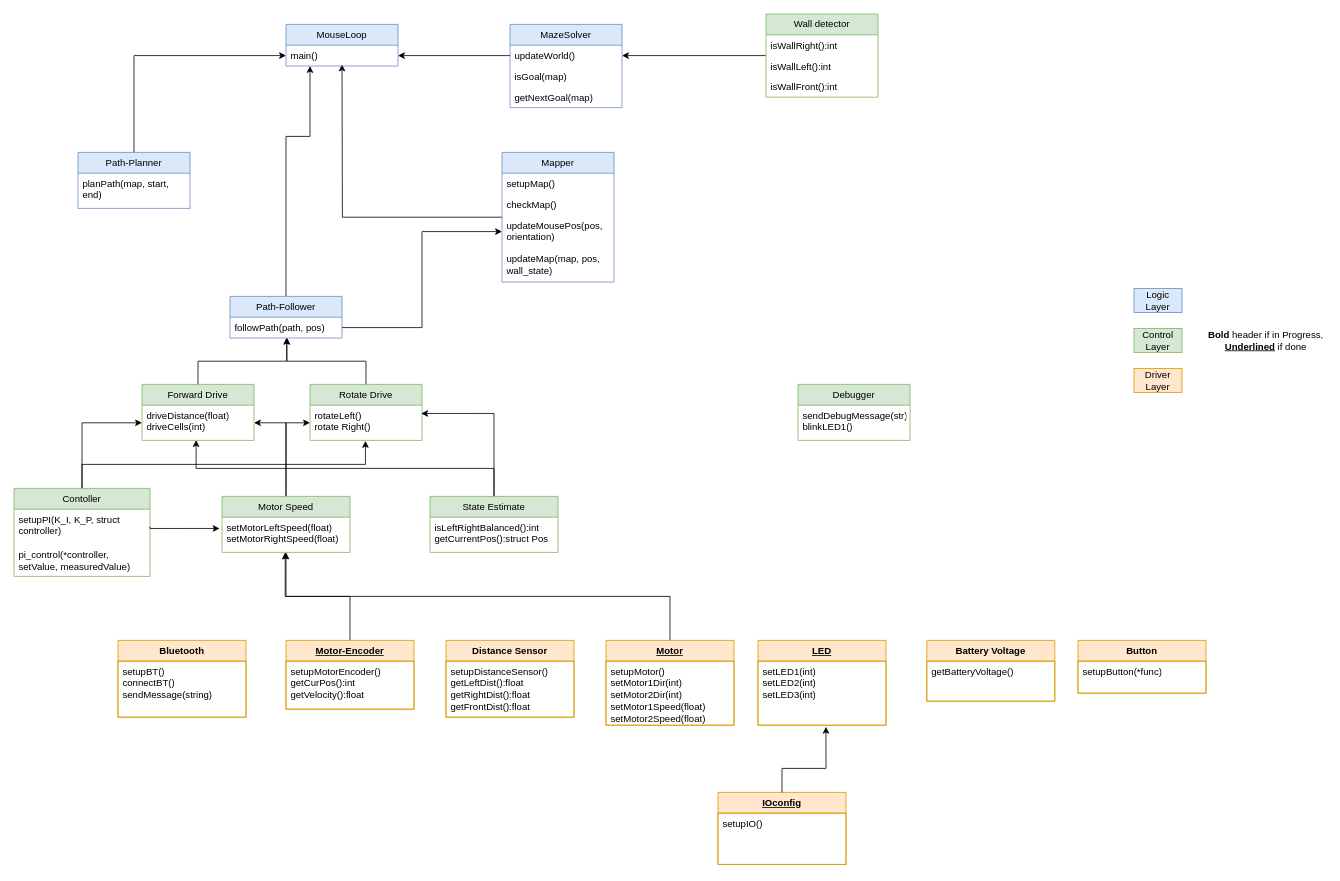
Before: draft/class_diagram.drawio in AminSeffo/Micromouse, a draw.io diagram. Source tidied: cells renumbered, new cells numbered last; positions are measured from the earlier drawing's top-left corner, leaving out a move shared by most shapes. Both pictures are drawn from the tidied source at 80%, with x=0, y=0 at pixel (14, 14).
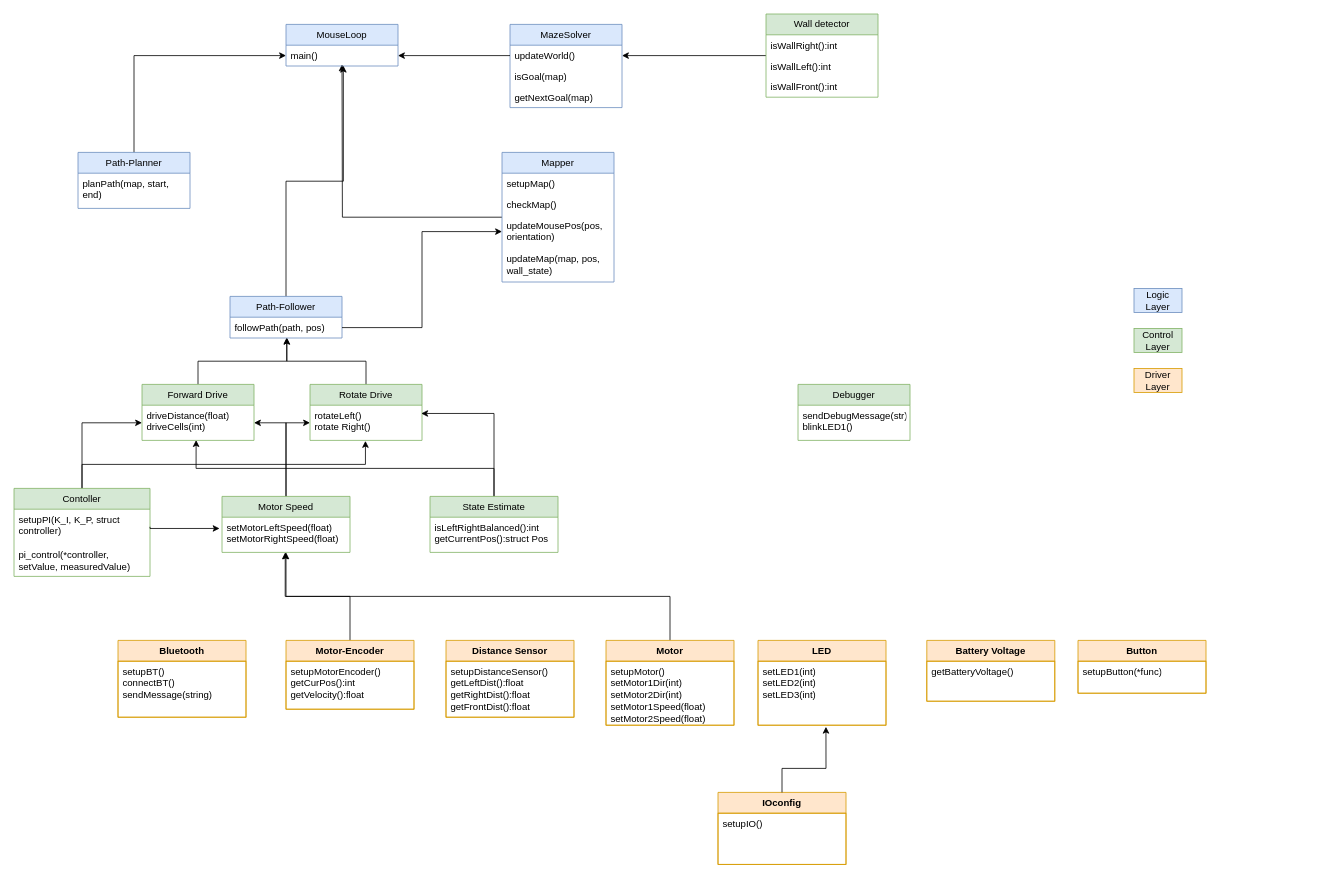
After the change.

Unchanged cells that the change refers to:
```xml
<mxCell id="52" value="main()" style="text;strokeColor=none;fillColor=none;align=left;verticalAlign=top;spacingLeft=4;spacingRight=4;overflow=hidden;points=[[0,0.5],[1,0.5]];portConstraint=eastwest;whiteSpace=wrap;html=1;" parent="51" vertex="1">
  <mxGeometry y="26" width="140" height="26" as="geometry" />
</mxCell>
<mxCell id="57" value="Path-Follower" style="swimlane;fontStyle=0;horizontal=1;startSize=26;fillColor=#dae8fc;whiteSpace=wrap;html=1;strokeColor=#6c8ebf;" parent="1" vertex="1">
  <mxGeometry x="270" y="353" width="140" height="52" as="geometry" />
</mxCell>
```

Diff of the diagram source:
```diff
@@
-    <mxCell id="5" value="Motor-Encoder" style="swimlane;fontStyle=5;align=center;verticalAlign=top;horizontal=1;startSize=26;whiteSpace=wrap;html=1;fillColor=#ffe6cc;strokeColor=#d79b00;" parent="1" vertex="1">
+    <mxCell id="5" value="Motor-Encoder" style="swimlane;fontStyle=1;align=center;verticalAlign=top;horizontal=1;startSize=26;whiteSpace=wrap;html=1;fillColor=#ffe6cc;strokeColor=#d79b00;" parent="1" vertex="1">
       <mxGeometry x="340" y="783" width="160" height="86" as="geometry" />
     </mxCell>
@@
-    <mxCell id="10" value="Motor" style="swimlane;fontStyle=5;align=center;verticalAlign=top;horizontal=1;startSize=26;whiteSpace=wrap;html=1;fillColor=#ffe6cc;strokeColor=#d79b00;" parent="1" vertex="1">
+    <mxCell id="10" value="Motor" style="swimlane;fontStyle=1;align=center;verticalAlign=top;horizontal=1;startSize=26;whiteSpace=wrap;html=1;fillColor=#ffe6cc;strokeColor=#d79b00;" parent="1" vertex="1">
       <mxGeometry x="740" y="783" width="160" height="106" as="geometry" />
     </mxCell>
@@
-    <mxCell id="12" value="LED" style="swimlane;fontStyle=5;align=center;verticalAlign=top;horizontal=1;startSize=26;whiteSpace=wrap;html=1;fillColor=#ffe6cc;strokeColor=#d79b00;" parent="1" vertex="1">
+    <mxCell id="12" value="LED" style="swimlane;fontStyle=1;align=center;verticalAlign=top;horizontal=1;startSize=26;whiteSpace=wrap;html=1;fillColor=#ffe6cc;strokeColor=#d79b00;" parent="1" vertex="1">
       <mxGeometry x="930" y="783" width="160" height="106" as="geometry" />
     </mxCell>
@@
-    <mxCell id="56" style="edgeStyle=orthogonalEdgeStyle;rounded=0;jettySize=auto;html=1;" parent="1" edge="1" source="57">
-      <mxGeometry relative="1" as="geometry">
-        <mxPoint x="370" y="65" as="targetPoint" />
-        <Array as="points">
-          <mxPoint x="340" y="153" />
-          <mxPoint x="370" y="153" />
-          <mxPoint x="370" y="65" />
-        </Array>
-      </mxGeometry>
+    <mxCell id="56" style="edgeStyle=orthogonalEdgeStyle;rounded=0;jettySize=auto;html=1;entryX=0.512;entryY=0.987;entryDx=0;entryDy=0;entryPerimeter=0;" parent="1" edge="1" source="57" target="52">
+      <mxGeometry relative="1" as="geometry" />
     </mxCell>
@@
-    <mxCell id="68" value="IOconfig" style="swimlane;fontStyle=5;align=center;verticalAlign=top;horizontal=1;startSize=26;whiteSpace=wrap;html=1;fillColor=#ffe6cc;strokeColor=#d79b00;" parent="1" vertex="1">
+    <mxCell id="68" value="IOconfig" style="swimlane;fontStyle=1;align=center;verticalAlign=top;horizontal=1;startSize=26;whiteSpace=wrap;html=1;fillColor=#ffe6cc;strokeColor=#d79b00;" parent="1" vertex="1">
       <mxGeometry x="880" y="973" width="160" height="90" as="geometry" />
     </mxCell>
@@
-    <mxCell id="71" value="&lt;b&gt;Bold&lt;/b&gt; header if in Progress, &lt;b&gt;&lt;u&gt;Underlined&lt;/u&gt;&lt;/b&gt; if done" style="text;html=1;strokeColor=none;fillColor=none;align=center;verticalAlign=middle;whiteSpace=wrap;rounded=0;" parent="1" vertex="1">
-      <mxGeometry x="1490" y="393" width="150" height="30" as="geometry" />
-    </mxCell>
```
